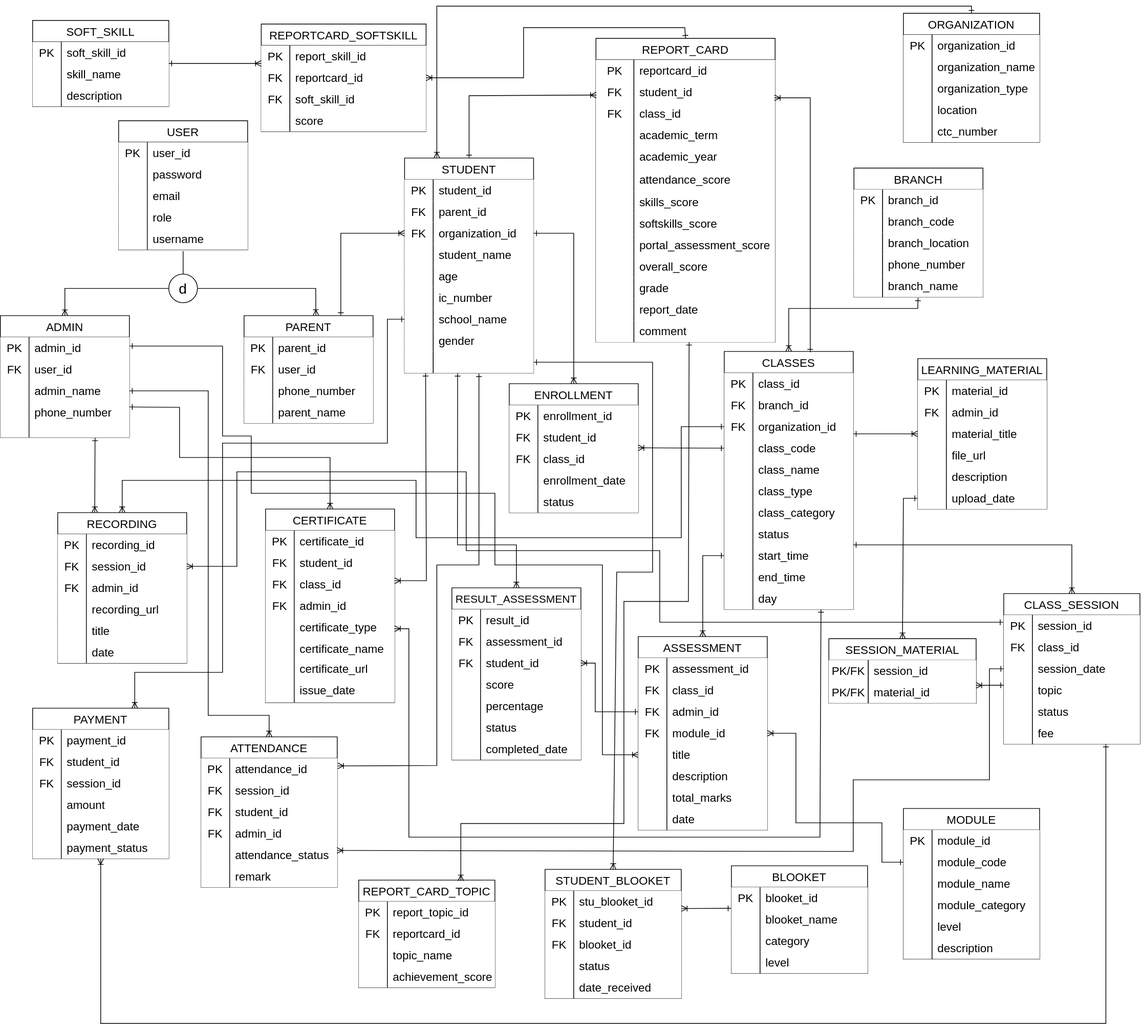
This is Portal Jazro.svg from syzznh/Portal-Jazro, a draw.io export, as it was before one commit. Source tidied: cells renumbered, new cells last; positions are measured from the earlier drawing's top-left corner, leaving out a move shared by most shapes.
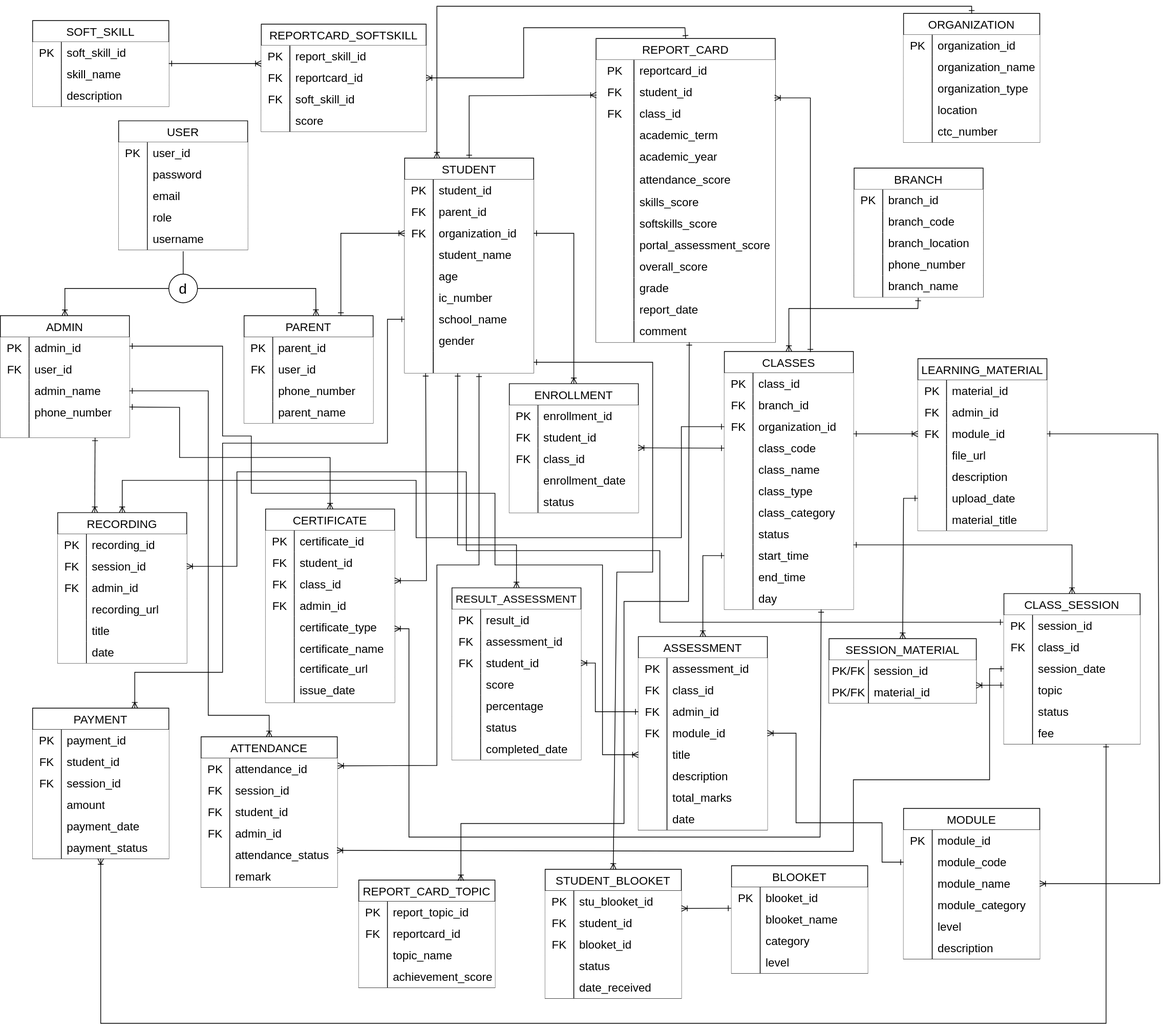
After the change.

The edit, as a diff of the source:
```diff
@@ -813,7 +813,7 @@
       <mxGeometry x="40" width="140" height="30" as="geometry" />
     </mxCell>
     <mxCell id="272" value="LEARNING_MATERIAL" style="shape=table;startSize=30;rowLines=0;fontStyle=0;fontSize=16;swimlaneFillColor=default;backgroundOutline=1;" parent="1" vertex="1">
-      <mxGeometry x="1280" y="492" width="180" height="210" as="geometry" />
+      <mxGeometry x="1280" y="492" width="180" height="240" as="geometry" />
     </mxCell>
     <mxCell id="273" style="shape=tableRow;horizontal=0;startSize=0;swimlaneHead=0;swimlaneBody=0;top=0;left=0;bottom=0;right=0;fontSize=16;backgroundOutline=1;" parent="272" vertex="1">
       <mxGeometry y="30" width="180" height="30" as="geometry" />
@@ -836,10 +836,10 @@
     <mxCell id="279" style="shape=tableRow;horizontal=0;startSize=0;swimlaneHead=0;swimlaneBody=0;top=0;left=0;bottom=0;right=0;points=[[0,0.5],[1,0.5]];portConstraint=eastwest;fontSize=16;backgroundOutline=1;" parent="272" vertex="1">
       <mxGeometry y="90" width="180" height="30" as="geometry" />
     </mxCell>
-    <mxCell id="280" style="shape=partialRectangle;html=1;whiteSpace=wrap;top=0;left=0;bottom=0;right=0;overflow=hidden;fontSize=16;backgroundOutline=1;" parent="279" vertex="1">
+    <mxCell id="280" value="FK" style="shape=partialRectangle;html=1;whiteSpace=wrap;top=0;left=0;bottom=0;right=0;overflow=hidden;fontSize=16;backgroundOutline=1;" parent="279" vertex="1">
       <mxGeometry width="40" height="30" as="geometry" />
     </mxCell>
-    <mxCell id="281" value="material_title" style="shape=partialRectangle;html=1;whiteSpace=wrap;top=0;left=0;bottom=0;right=0;align=left;spacingLeft=6;overflow=hidden;fontSize=16;backgroundOutline=1;" parent="279" vertex="1">
+    <mxCell id="281" value="module_id" style="shape=partialRectangle;html=1;whiteSpace=wrap;top=0;left=0;bottom=0;right=0;align=left;spacingLeft=6;overflow=hidden;fontSize=16;backgroundOutline=1;" parent="279" vertex="1">
       <mxGeometry x="40" width="140" height="30" as="geometry" />
     </mxCell>
     <mxCell id="282" style="shape=tableRow;horizontal=0;startSize=0;swimlaneHead=0;swimlaneBody=0;top=0;left=0;bottom=0;right=0;fontSize=16;backgroundOutline=1;" parent="272" vertex="1">
@@ -869,6 +869,15 @@
     <mxCell id="290" value="upload_date" style="shape=partialRectangle;html=1;whiteSpace=wrap;top=0;left=0;bottom=0;right=0;align=left;spacingLeft=6;overflow=hidden;fontSize=16;backgroundOutline=1;" parent="288" vertex="1">
       <mxGeometry x="40" width="140" height="30" as="geometry" />
     </mxCell>
+    <mxCell id="491" style="shape=tableRow;horizontal=0;startSize=0;swimlaneHead=0;swimlaneBody=0;top=0;left=0;bottom=0;right=0;fontSize=16;backgroundOutline=1;" parent="272" vertex="1">
+      <mxGeometry y="210" width="180" height="30" as="geometry" />
+    </mxCell>
+    <mxCell id="492" style="shape=partialRectangle;html=1;whiteSpace=wrap;top=0;left=0;bottom=0;right=0;overflow=hidden;fontSize=16;backgroundOutline=1;" parent="491" vertex="1">
+      <mxGeometry width="40" height="30" as="geometry" />
+    </mxCell>
+    <mxCell id="493" value="material_title" style="shape=partialRectangle;html=1;whiteSpace=wrap;top=0;left=0;bottom=0;right=0;align=left;spacingLeft=6;overflow=hidden;fontSize=16;backgroundOutline=1;" parent="491" vertex="1">
+      <mxGeometry x="40" width="140" height="30" as="geometry" />
+    </mxCell>
     <mxCell id="291" style="endArrow=ERoneToMany;html=1;rounded=0;entryX=0.5;entryY=0;entryDx=0;entryDy=0;exitX=0;exitY=0.5;exitDx=0;exitDy=0;endFill=0;backgroundOutline=1;" parent="1" edge="1" source="293" target="240">
       <mxGeometry x="0.01" relative="1" as="geometry">
         <Array as="points">
@@ -1654,5 +1663,13 @@
     <mxCell id="490" style="endArrow=ERone;html=1;rounded=0;defaultLabelBackgroundColor=page;startArrow=ERoneToMany;startFill=0;endFill=0;entryX=-0.001;entryY=0.264;entryDx=0;entryDy=0;entryPerimeter=0;exitX=0.999;exitY=0.17;exitDx=0;exitDy=0;exitPerimeter=0;" parent="1" edge="1" source="486" target="353">
       <mxGeometry relative="1" as="geometry" />
     </mxCell>
+    <mxCell id="494" style="endArrow=ERone;startArrow=ERoneToMany;html=1;rounded=0;defaultLabelBackgroundColor=page;exitX=1;exitY=0.5;exitDx=0;exitDy=0;entryX=1;entryY=0.5;entryDx=0;entryDy=0;endFill=0;startFill=0;" parent="1" edge="1" source="331" target="279">
+      <mxGeometry relative="1" as="geometry">
+        <Array as="points">
+          <mxPoint x="1617.3" y="1225" />
+          <mxPoint x="1614.7" y="597" />
+        </Array>
+      </mxGeometry>
+    </mxCell>
   </root>
 </mxGraphModel>
```
